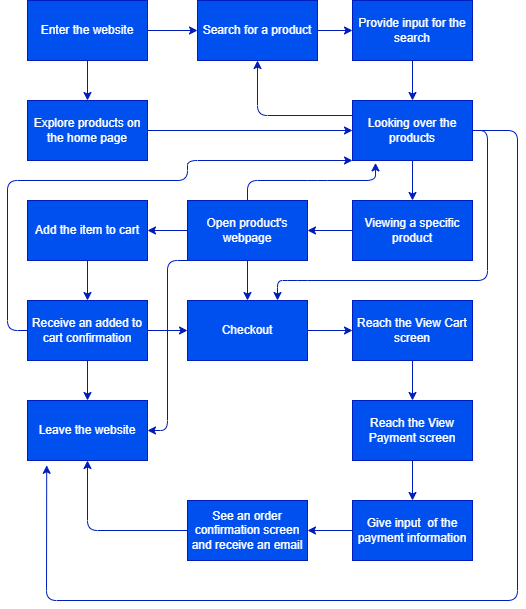
The draw.io diagram explore/diagramming/diagram.drawio.png in P-Z-H/fa23-cse110-lab4, before a commit. Source tidied: cells renumbered, new cells last; positions are measured from the earlier drawing's top-left corner, leaving out a move shared by most shapes.
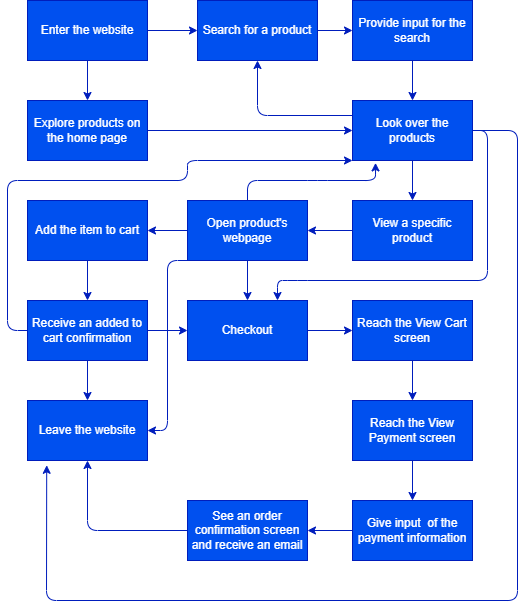
Above is the later version.

What changed in the source:
```diff
@@ -58,13 +58,13 @@
         </Array>
       </mxGeometry>
     </mxCell>
-    <mxCell id="15" value="Looking over the products" style="rounded=0;whiteSpace=wrap;html=1;fontColor=#ffffff;fillColor=#0050ef;strokeColor=#001DBC;" parent="1" vertex="1">
+    <mxCell id="15" value="Look over the products" style="rounded=0;whiteSpace=wrap;html=1;fontColor=#ffffff;fillColor=#0050ef;strokeColor=#001DBC;" parent="1" vertex="1">
       <mxGeometry x="345" y="100" width="120" height="60" as="geometry" />
     </mxCell>
     <mxCell id="16" style="edgeStyle=none;html=1;exitX=0;exitY=0.5;exitDx=0;exitDy=0;entryX=1;entryY=0.5;entryDx=0;entryDy=0;fontSize=12;fontColor=#FCFCFC;fillColor=#0050ef;strokeColor=#001DBC;" parent="1" edge="1" source="17" target="22">
       <mxGeometry relative="1" as="geometry" />
     </mxCell>
-    <mxCell id="17" value="Viewing a specific product" style="rounded=0;whiteSpace=wrap;html=1;fontColor=#ffffff;fillColor=#0050ef;strokeColor=#001DBC;" parent="1" vertex="1">
+    <mxCell id="17" value="View a specific product" style="rounded=0;whiteSpace=wrap;html=1;fontColor=#ffffff;fillColor=#0050ef;strokeColor=#001DBC;" parent="1" vertex="1">
       <mxGeometry x="345" y="200" width="120" height="60" as="geometry" />
     </mxCell>
     <mxCell id="18" style="edgeStyle=none;html=1;exitX=0;exitY=0.5;exitDx=0;exitDy=0;entryX=1;entryY=0.5;entryDx=0;entryDy=0;fontSize=12;fontColor=#FCFCFC;fillColor=#0050ef;strokeColor=#001DBC;" parent="1" edge="1" source="22" target="24">
```
